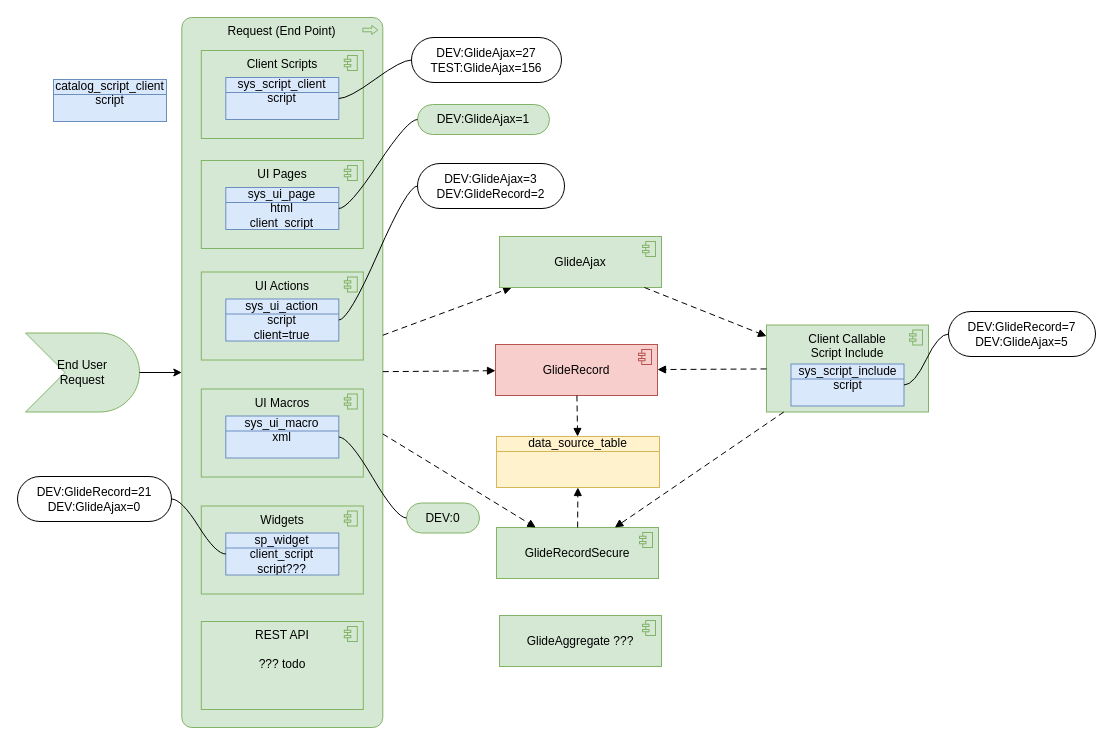
Before: page "GlideRecordSecure" (4 of 15) of DBs.drawio in algimas/tmp, a draw.io diagram. Source tidied: cells renumbered, new cells numbered last; positions are measured from the earlier drawing's top-left corner, leaving out a move shared by most shapes. Both pictures are drawn from the tidied source at 100%, with x=0, y=0 at pixel (17, 17).
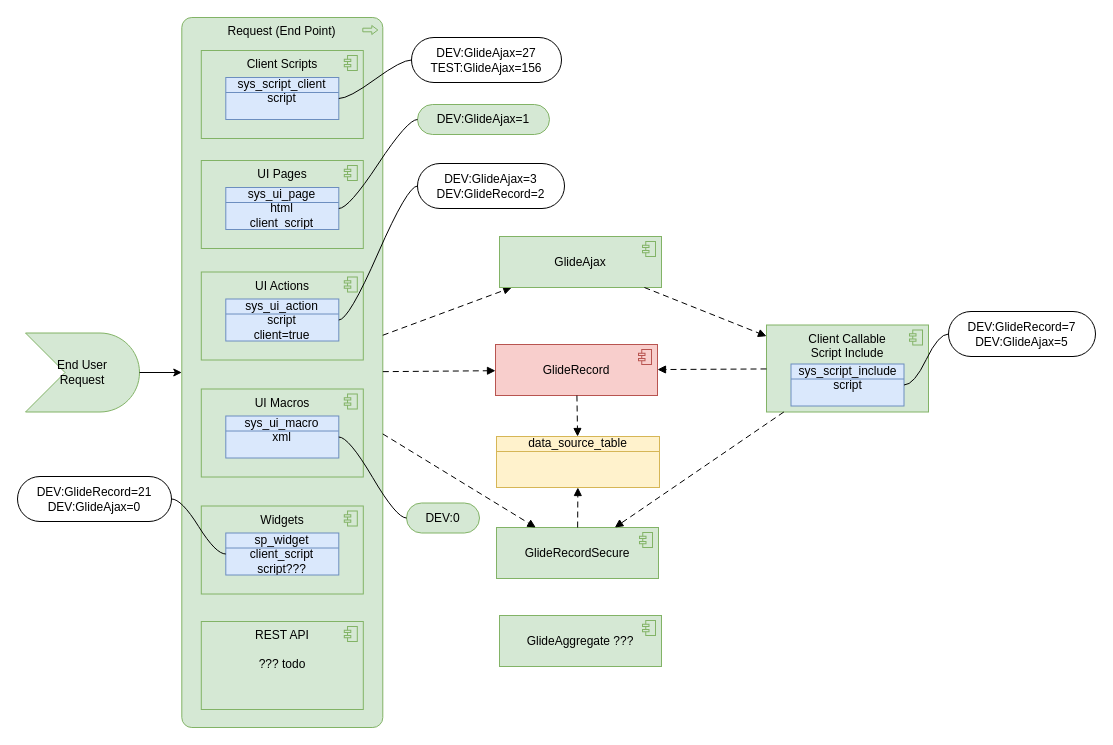
The same diagram, later.

Diff of the diagram source:
```diff
@@
-    <mxCell id="43" value="catalog_script_client&lt;br&gt;script" style="html=1;whiteSpace=wrap;fillColor=#dae8fc;shape=mxgraph.archimate3.businessObject;overflow=fill;strokeColor=#6c8ebf;" parent="1" vertex="1">
-      <mxGeometry x="36" y="62" width="113" height="42" as="geometry" />
-    </mxCell>
```
